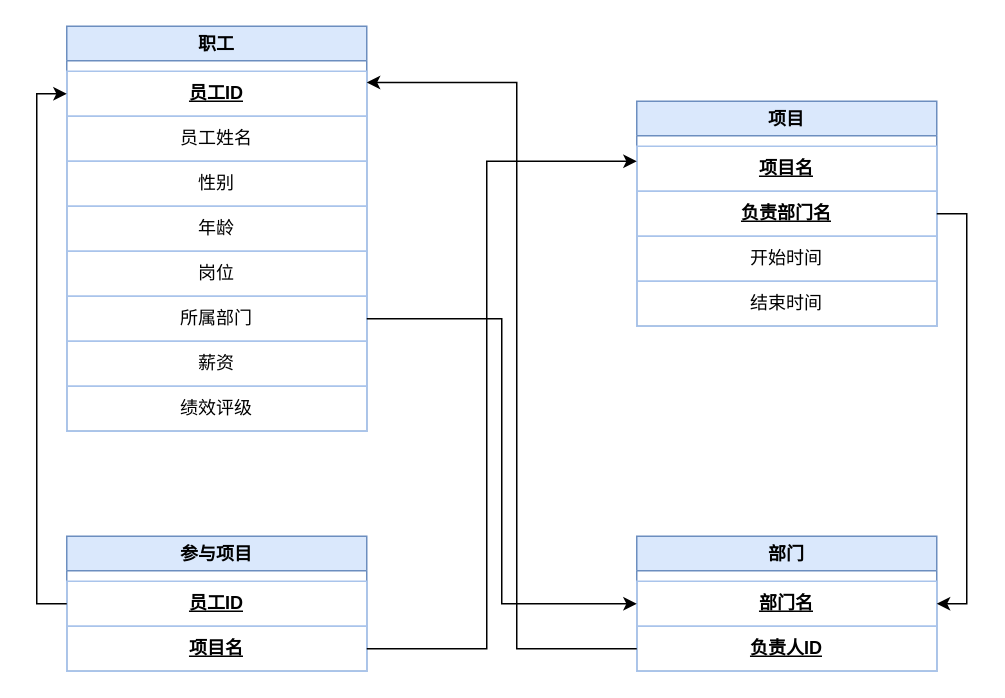
Before: 2-experiement/1-db/2-ex2/pic/模式图.drawio in spiritTrance/dasanxia_homework, a draw.io diagram. Source tidied: cells renumbered, new cells numbered last; positions are measured from the earlier drawing's top-left corner, leaving out a move shared by most shapes. Both pictures are drawn from the tidied source at 150%, with x=0, y=0 at pixel (36, 26).
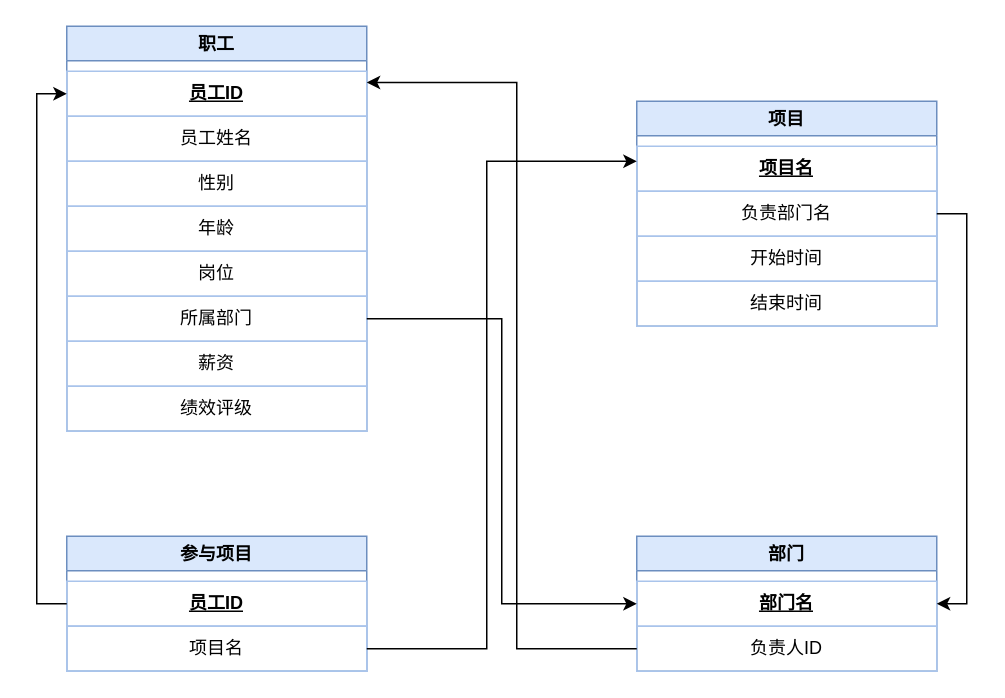
The same page after the edit.

The change refers to these unchanged cells:
```xml
<mxCell id="11" value="项目" style="swimlane;whiteSpace=wrap;html=1;fillColor=#dae8fc;strokeColor=#6c8ebf;" parent="1" vertex="1">
  <mxGeometry x="400" y="50" width="200" height="150" as="geometry" />
</mxCell>
<mxCell id="16" value="部门" style="swimlane;whiteSpace=wrap;html=1;fillColor=#dae8fc;strokeColor=#6c8ebf;" parent="1" vertex="1">
  <mxGeometry x="400" y="340" width="200" height="90" as="geometry" />
</mxCell>
<mxCell id="19" value="参与项目" style="swimlane;whiteSpace=wrap;html=1;fillColor=#dae8fc;strokeColor=#6c8ebf;" parent="1" vertex="1">
  <mxGeometry x="20" y="340" width="200" height="90" as="geometry" />
</mxCell>
```

Change to the diagram source:
```diff
@@
-    <mxCell id="13" value="&lt;b&gt;&lt;u&gt;负责部门名&lt;/u&gt;&lt;/b&gt;" style="text;html=1;strokeColor=#A9C4EB;fillColor=none;align=center;verticalAlign=middle;whiteSpace=wrap;rounded=0;" parent="11" vertex="1">
+    <mxCell id="13" value="负责部门名" style="text;html=1;strokeColor=#A9C4EB;fillColor=none;align=center;verticalAlign=middle;whiteSpace=wrap;rounded=0;" parent="11" vertex="1">
       <mxGeometry y="60" width="200" height="30" as="geometry" />
     </mxCell>
@@
-    <mxCell id="18" value="&lt;b&gt;&lt;u&gt;负责人ID&lt;/u&gt;&lt;/b&gt;" style="text;html=1;strokeColor=#A9C4EB;fillColor=none;align=center;verticalAlign=middle;whiteSpace=wrap;rounded=0;" parent="16" vertex="1">
+    <mxCell id="18" value="负责人ID" style="text;html=1;strokeColor=#A9C4EB;fillColor=none;align=center;verticalAlign=middle;whiteSpace=wrap;rounded=0;" parent="16" vertex="1">
       <mxGeometry y="60" width="200" height="30" as="geometry" />
     </mxCell>
@@
-    <mxCell id="21" value="&lt;b&gt;&lt;u&gt;项目名&lt;/u&gt;&lt;/b&gt;" style="text;html=1;strokeColor=#A9C4EB;fillColor=none;align=center;verticalAlign=middle;whiteSpace=wrap;rounded=0;" parent="19" vertex="1">
+    <mxCell id="21" style="text;html=1;strokeColor=#A9C4EB;fillColor=none;align=center;verticalAlign=middle;whiteSpace=wrap;rounded=0;fontStyle=5;" parent="19" vertex="1">
       <mxGeometry y="60" width="200" height="30" as="geometry" />
     </mxCell>
+    <mxCell id="27" value="项目名" style="text;html=1;strokeColor=#A9C4EB;fillColor=none;align=center;verticalAlign=middle;whiteSpace=wrap;rounded=0;" parent="19" vertex="1">
+      <mxGeometry y="60" width="200" height="30" as="geometry" />
+    </mxCell>
```
